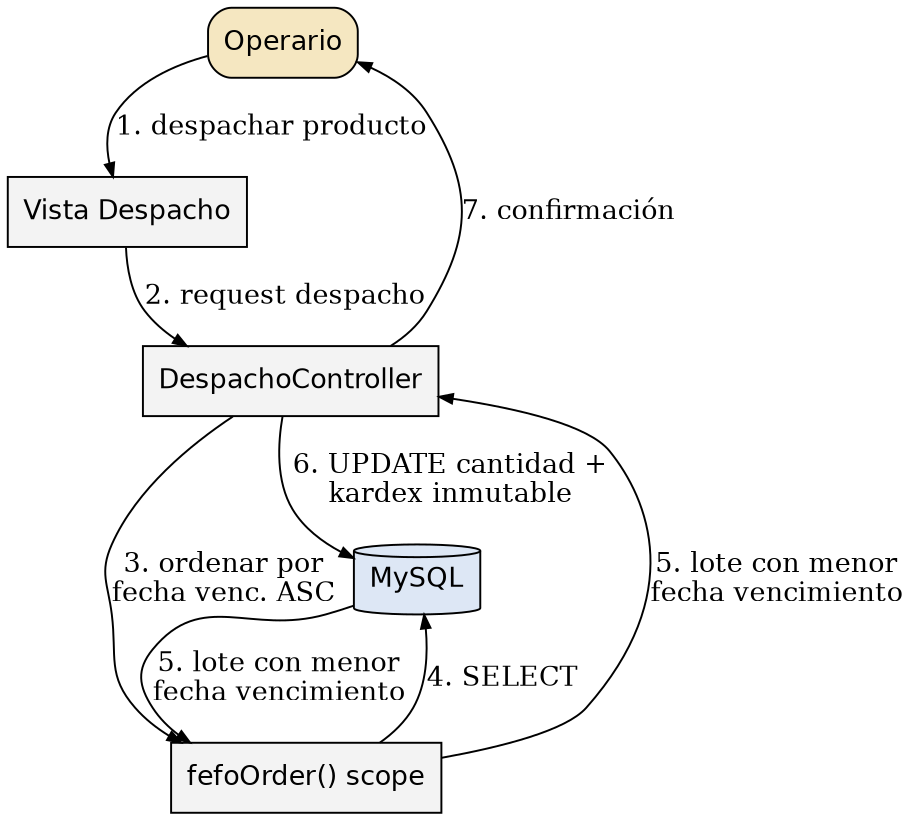
Earlier version of the Graphviz export overleaf_tesis_humanizado/Anexos/Imagenes/SecuenciaDespachoFEFO.png (germanmurillas/gestor-inventario-pymes-llm). Its source is kept beside it as overleaf_tesis_humanizado/Anexos/Imagenes/SecuenciaDespachoFEFO.dot. Source of this version:
```dot
digraph SEQ_FEFO {
  rankdir=TB; bgcolor=white; fontname="Helvetica"; fontsize=9;
  node [shape=box, fontname="Helvetica", fillcolor="#F3F3F3", style=filled];
  edge [arrowsize=.7];

  U [label="Operario", style="rounded,filled", fillcolor="#F5E7C1"];
  V [label="Vista Despacho"];
  C [label="DespachoController"];
  L [label="fefoOrder() scope"];
  DB [label="MySQL", shape=cylinder, fillcolor="#DDE7F5"];

  U -> V [label="1. despachar producto"];
  V -> C [label="2. request despacho"];
  C -> L [label="3. ordenar por\nfecha venc. ASC"];
  L -> DB [label="4. SELECT"];
  DB -> L -> C [label="5. lote con menor\nfecha vencimiento"];
  C -> DB [label="6. UPDATE cantidad +\nkardex inmutable"];
  C -> U [label="7. confirmación"];
}
```
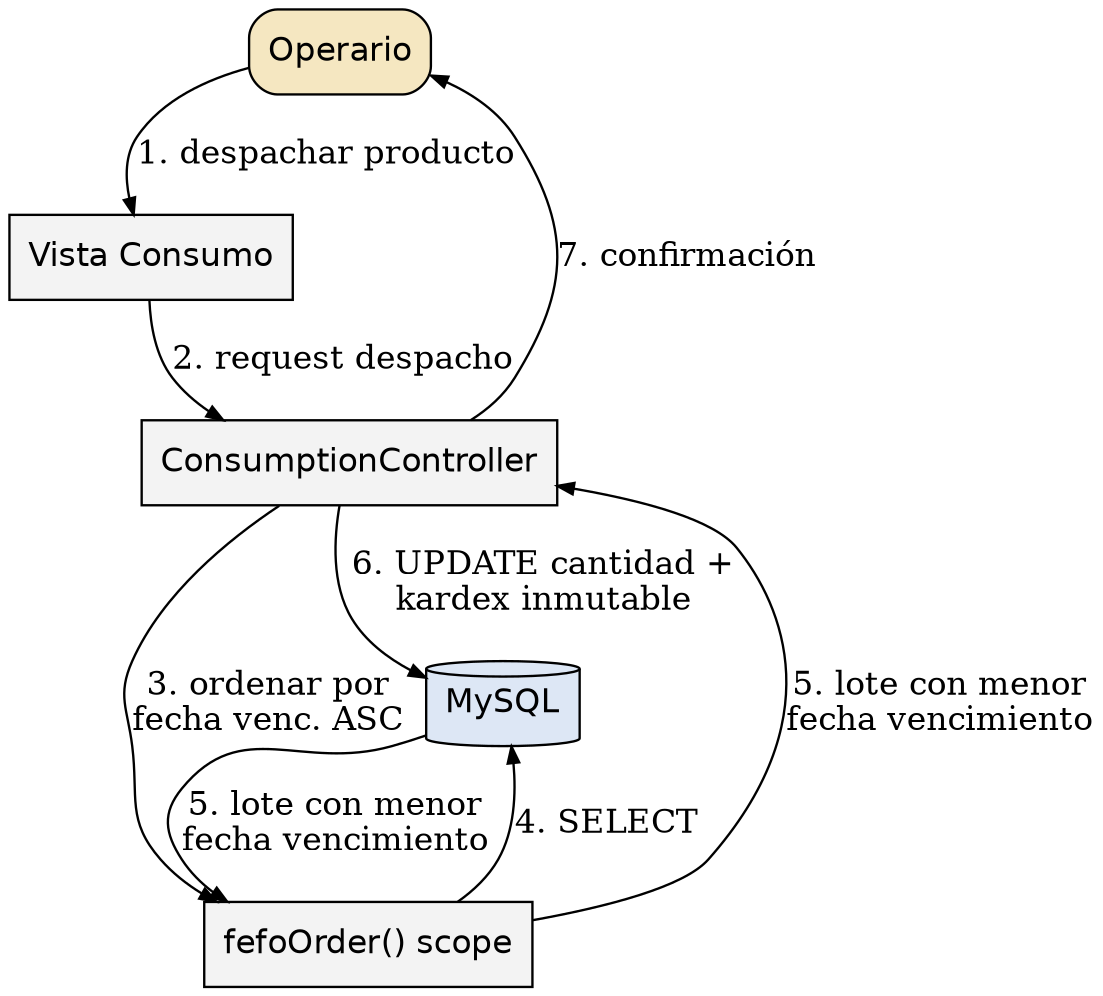
The same file after the commit.

The edit, as a diff of the source:
```diff
@@ -4,8 +4,8 @@
   edge [arrowsize=.7];
 
   U [label="Operario", style="rounded,filled", fillcolor="#F5E7C1"];
-  V [label="Vista Despacho"];
-  C [label="DespachoController"];
+  V [label="Vista Consumo"];
+  C [label="ConsumptionController"];
   L [label="fefoOrder() scope"];
   DB [label="MySQL", shape=cylinder, fillcolor="#DDE7F5"];
 
```
